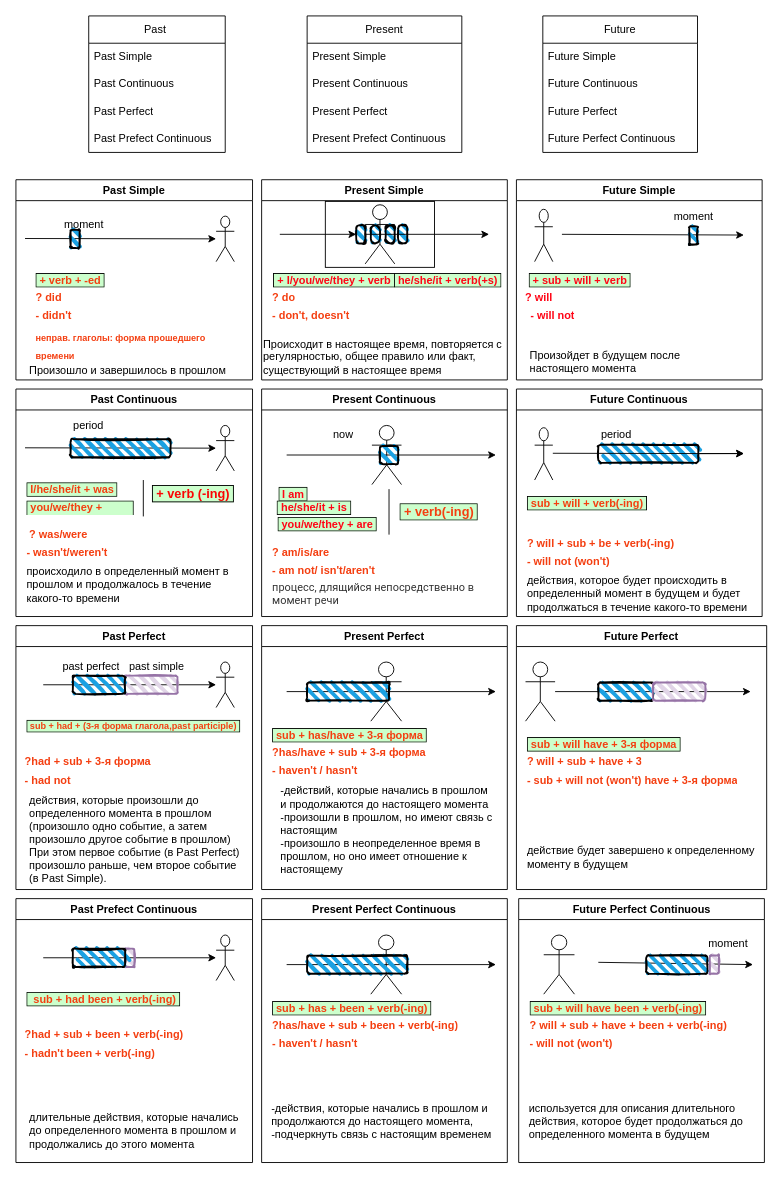
Before: Времена в английском.drawio in FeraVerto/english, a draw.io diagram. Source tidied: cells renumbered, new cells numbered last; positions are measured from the earlier drawing's top-left corner, leaving out a move shared by most shapes. Both pictures are drawn from the tidied source at 91%, with x=0, y=0 at pixel (15, 15).
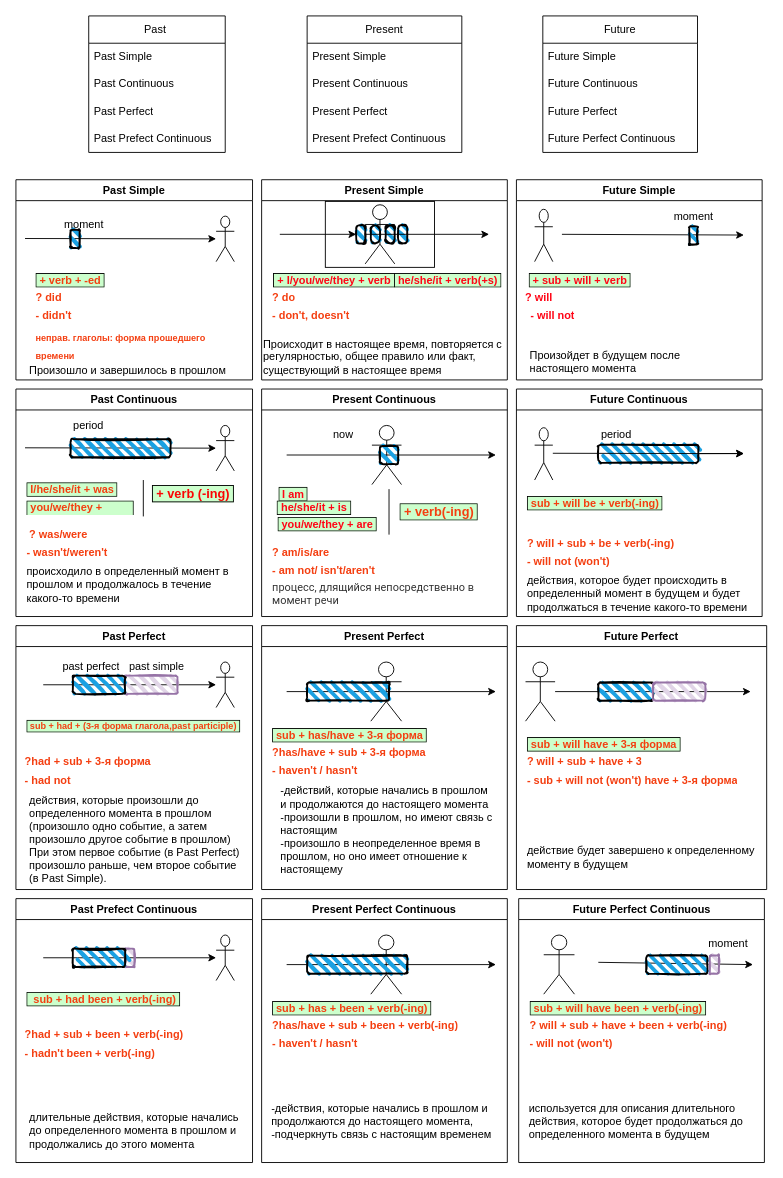
Above is the later version.

The change refers to these unchanged cells:
```xml
<mxCell id="73" value="Future Continuous" style="swimlane;whiteSpace=wrap;html=1;" parent="1" vertex="1">
  <mxGeometry x="550" y="410" width="270" height="250" as="geometry" />
</mxCell>
```

The edit, as a diff of the source:
```diff
@@
-    <mxCell id="80" value="&amp;nbsp;sub + will + verb(-ing)&amp;nbsp;" style="text;html=1;strokeColor=none;fillColor=none;align=left;verticalAlign=middle;whiteSpace=wrap;overflow=hidden;fontStyle=1;fontColor=#f43e10;fontSize=12;labelBackgroundColor=#CCFFCC;labelBorderColor=default;" parent="73" vertex="1">
-      <mxGeometry x="10" y="115" width="140" height="20" as="geometry" />
+    <mxCell id="80" value="&amp;nbsp;sub + will be + verb(-ing)&amp;nbsp;" style="text;html=1;strokeColor=none;fillColor=none;align=left;verticalAlign=middle;whiteSpace=wrap;overflow=hidden;fontStyle=1;fontColor=#f43e10;fontSize=12;labelBackgroundColor=#CCFFCC;labelBorderColor=default;" parent="73" vertex="1">
+      <mxGeometry x="10" y="115" width="160" height="20" as="geometry" />
     </mxCell>
```
